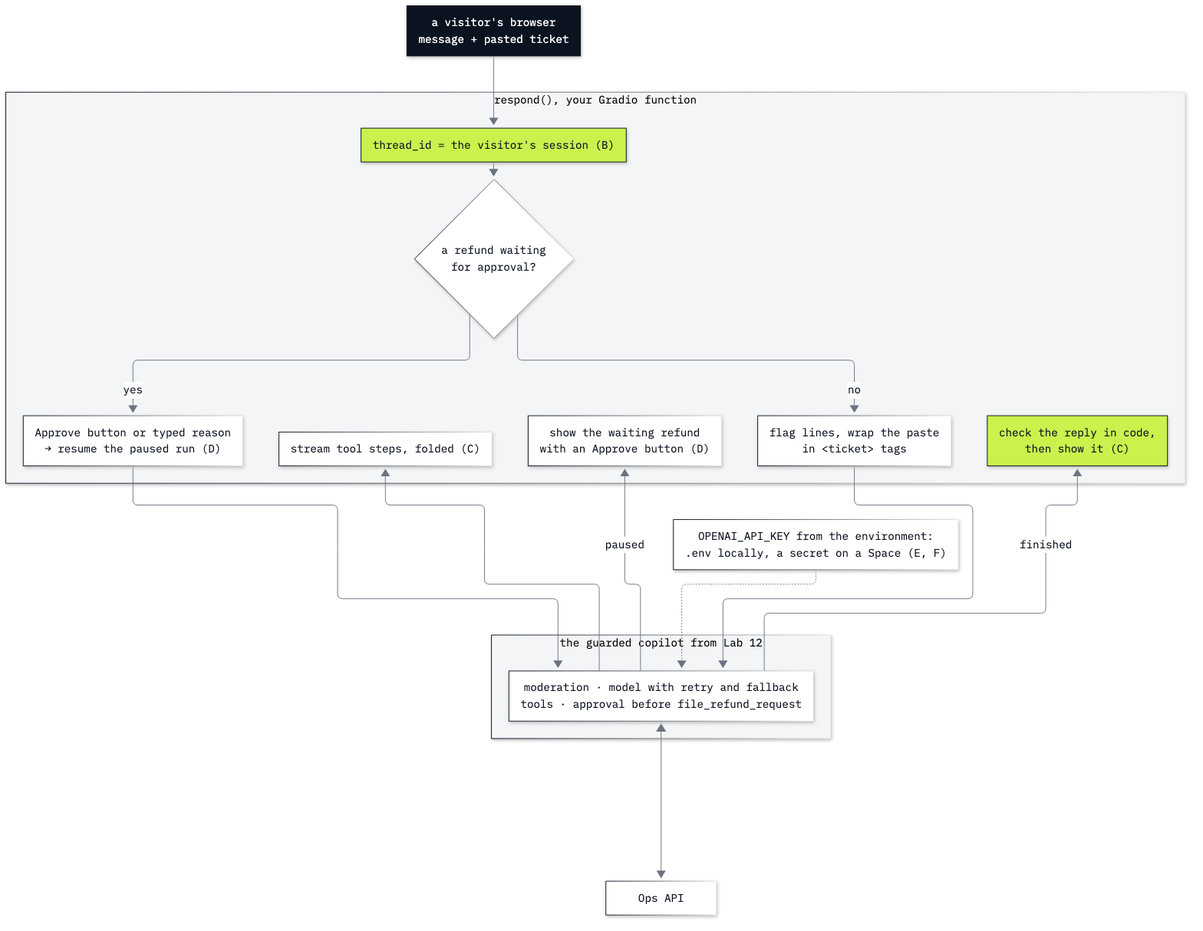
Earlier version of the Mermaid export 13_Deploy_To_A_Space/resources/lab13_page_flow.png (skjagini/agentic_ai_conversational_agents). Its source is kept beside it as 13_Deploy_To_A_Space/resources/lab13_page_flow.mmd. The source it was exported from:
```mermaid
%%{init: {"theme": "base", "flowchart": {"curve": "basis", "nodeSpacing": 30, "rankSpacing": 40, "wrappingWidth": 420, "htmlLabels": true}, "markdownAutoWrap": false, "themeVariables": {"fontFamily": "IBM Plex Mono, monospace", "fontSize": "15px", "primaryColor": "#FFFFFF", "primaryBorderColor": "#0B1220", "primaryTextColor": "#0B1220", "lineColor": "#6B7383", "clusterBkg": "#F4F5F7", "clusterBorder": "#6B7383"}}}%%
flowchart TB
    browser["a visitor's browser<br/>message + pasted ticket"]
    subgraph page["respond(), your Gradio function"]
        thread["thread_id = the visitor's session (B)"]
        waiting{"a refund waiting<br/>for approval?"}
        resume["Approve button or typed reason<br/>→ resume the paused run (D)"]
        newturn["flag lines, wrap the paste<br/>in &lt;ticket&gt; tags"]
        steps["stream tool steps, folded (C)"]
        check["check the reply in code,<br/>then show it (C)"]
        ask["show the waiting refund<br/>with an Approve button (D)"]
    end
    subgraph agent["the guarded copilot from Lab 12"]
        copilot["moderation · model with retry and fallback<br/>tools · approval before file_refund_request"]
    end
    api["Ops API"]
    key["OPENAI_API_KEY from the environment:<br/>.env locally, a secret on a Space (E, F)"]
    browser --> thread --> waiting
    waiting -- yes --> resume --> copilot
    waiting -- no --> newturn --> copilot
    copilot <--> api
    copilot --> steps
    copilot -- paused --> ask
    copilot -- finished --> check
    key -.-> copilot
    classDef first fill:#C9F24D,stroke:#0B1220,color:#0B1220
    classDef out fill:#0B1220,stroke:#0B1220,color:#FFFFFF
    class thread,check first
    class browser out
```
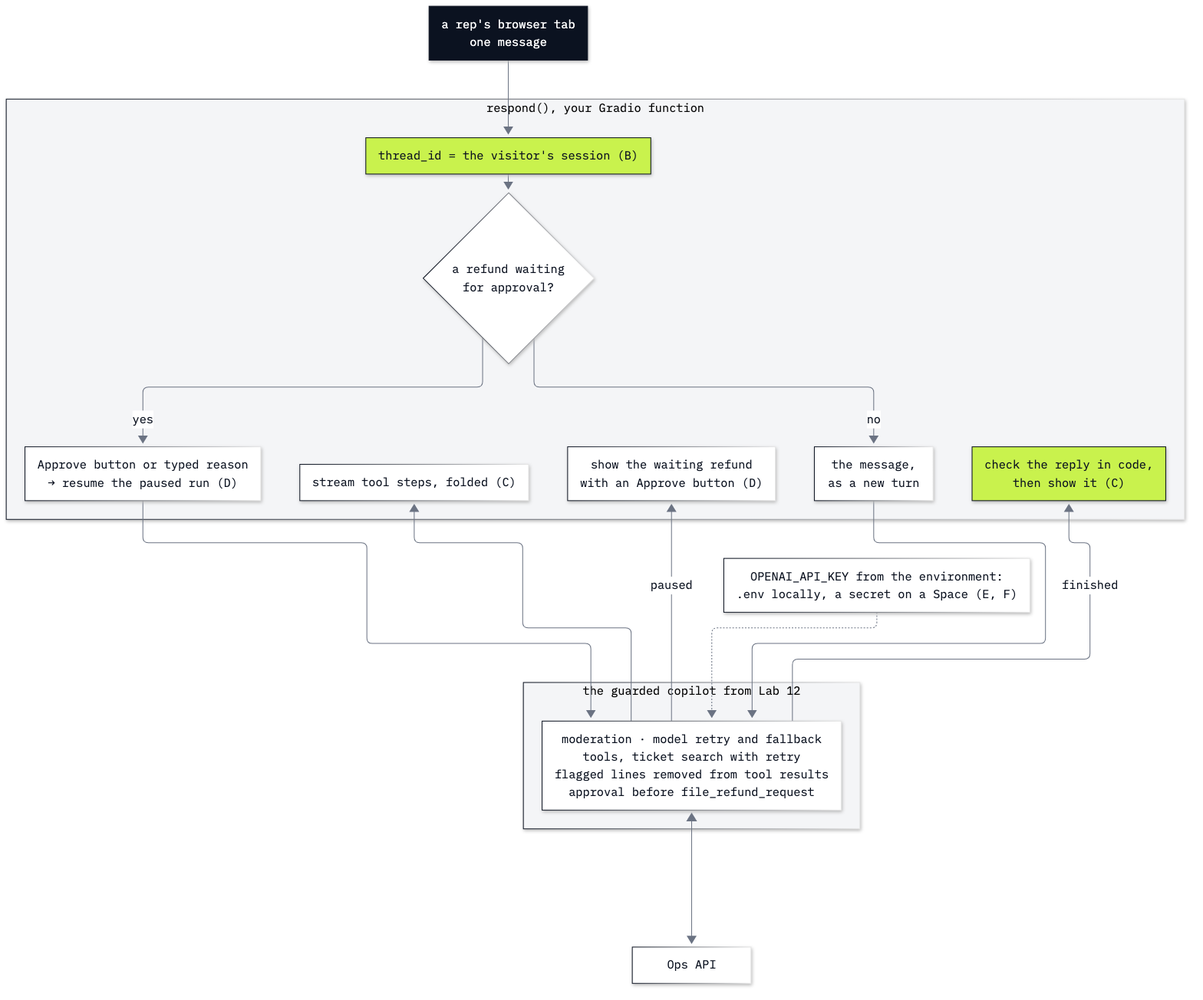
The same diagram one commit later.

Diff of the diagram source:
```diff
@@ -1,17 +1,17 @@
 %%{init: {"theme": "base", "flowchart": {"curve": "basis", "nodeSpacing": 30, "rankSpacing": 40, "wrappingWidth": 420, "htmlLabels": true}, "markdownAutoWrap": false, "themeVariables": {"fontFamily": "IBM Plex Mono, monospace", "fontSize": "15px", "primaryColor": "#FFFFFF", "primaryBorderColor": "#0B1220", "primaryTextColor": "#0B1220", "lineColor": "#6B7383", "clusterBkg": "#F4F5F7", "clusterBorder": "#6B7383"}}}%%
 flowchart TB
-    browser["a visitor's browser<br/>message + pasted ticket"]
+    browser["a rep's browser tab<br/>one message"]
     subgraph page["respond(), your Gradio function"]
         thread["thread_id = the visitor's session (B)"]
         waiting{"a refund waiting<br/>for approval?"}
         resume["Approve button or typed reason<br/>→ resume the paused run (D)"]
-        newturn["flag lines, wrap the paste<br/>in &lt;ticket&gt; tags"]
+        newturn["the message,<br/>as a new turn"]
         steps["stream tool steps, folded (C)"]
         check["check the reply in code,<br/>then show it (C)"]
         ask["show the waiting refund<br/>with an Approve button (D)"]
     end
     subgraph agent["the guarded copilot from Lab 12"]
-        copilot["moderation · model with retry and fallback<br/>tools · approval before file_refund_request"]
+        copilot["moderation · model retry and fallback<br/>tools, ticket search with retry<br/>flagged lines removed from tool results<br/>approval before file_refund_request"]
     end
     api["Ops API"]
     key["OPENAI_API_KEY from the environment:<br/>.env locally, a secret on a Space (E, F)"]
```
